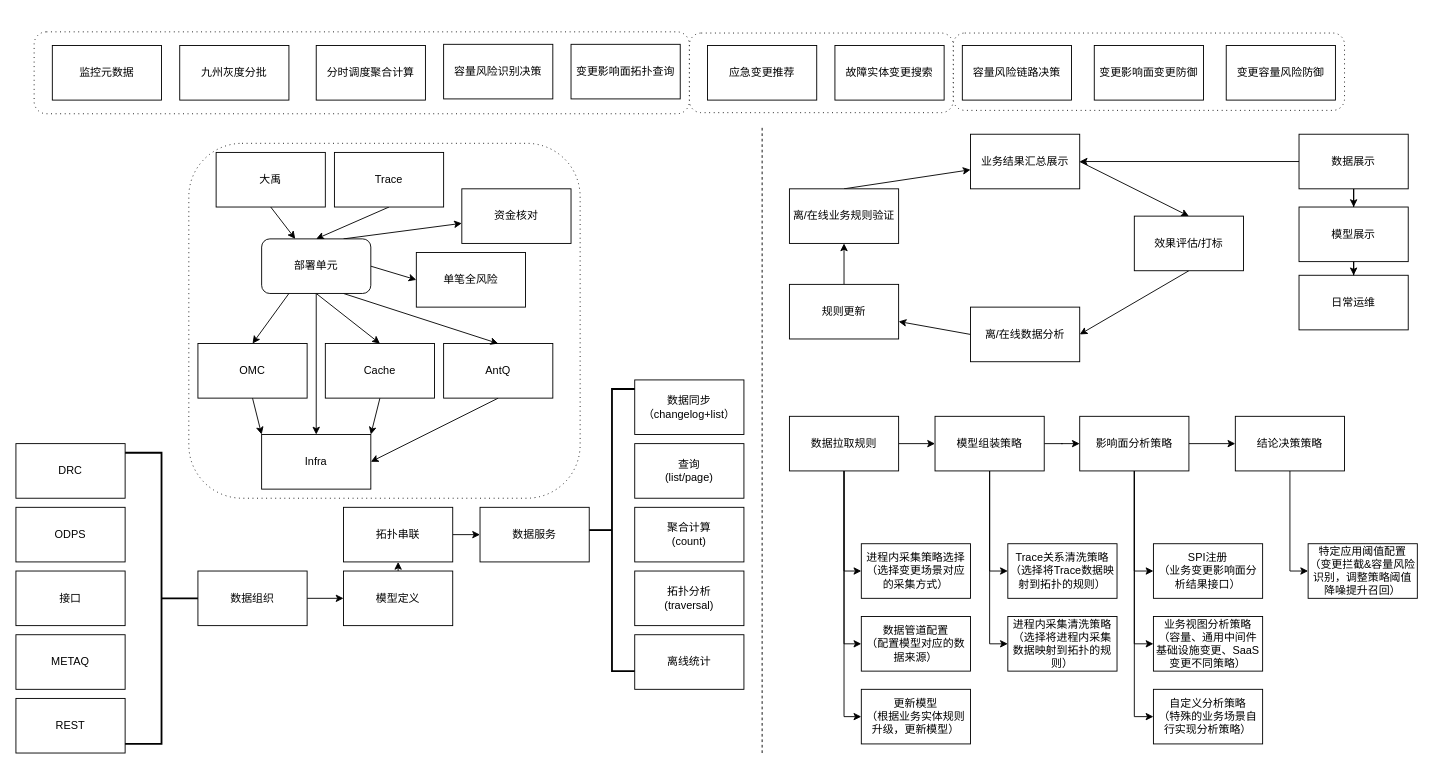
Above: 蚂蚁金服/RMC/高可用基线&RMC共建方案.drawio in frankneu/draw.io (draw.io), before the change. Source tidied: cells renumbered, new cells numbered last; positions are measured from the earlier drawing's top-left corner, leaving out a move shared by most shapes. Both pictures are drawn from the tidied source at 91%, with x=0, y=0 at pixel (15, 32).
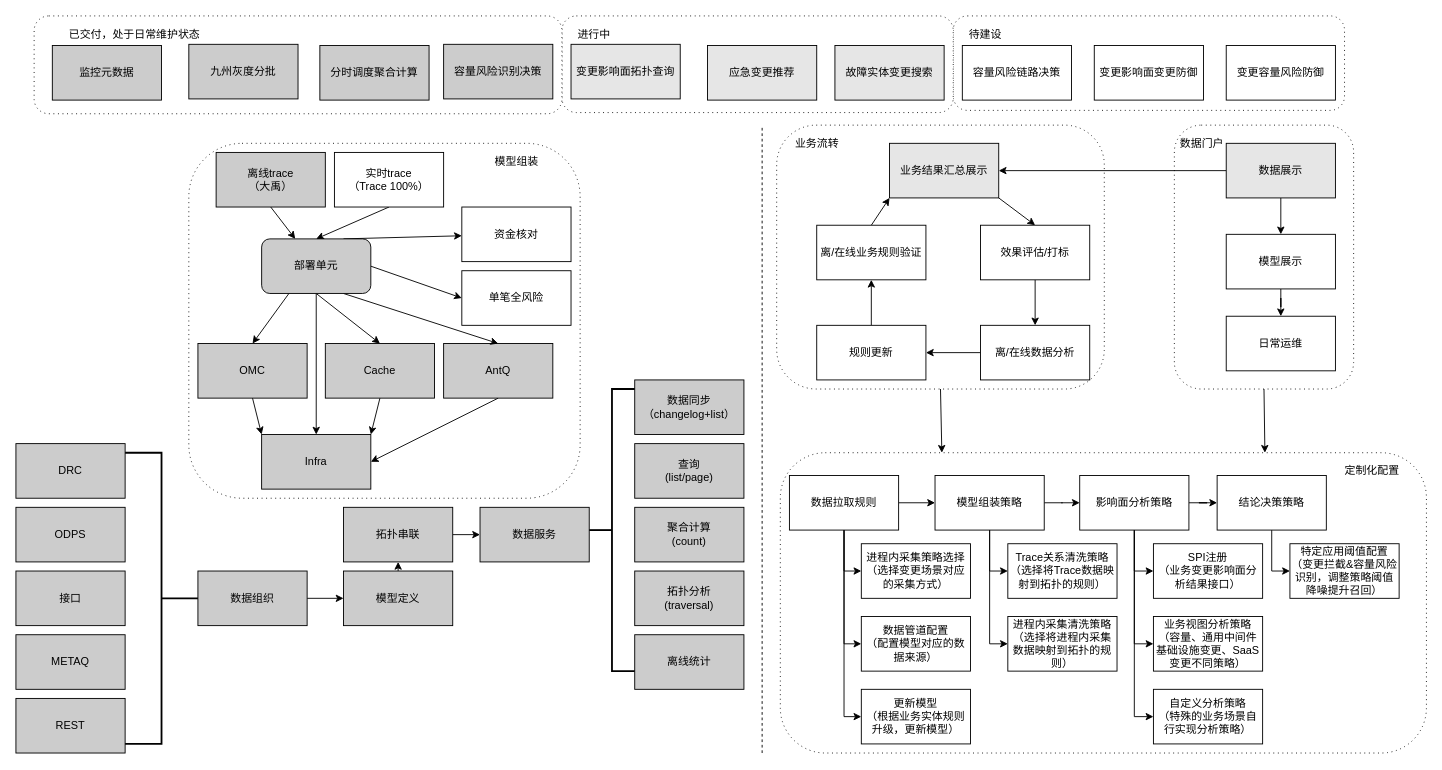
The same diagram, later.

Commit message (it also covers changes not shown here):
Update 高可用基线&RMC共建方案.drawio

The edit, as a diff of the source:
```diff
@@
+    <mxCell id="97" style="rounded=0;jettySize=auto;html=1;exitX=0.5;exitY=1;exitDx=0;exitDy=0;entryX=0.75;entryY=0;entryDx=0;entryDy=0;fillColor=#CCCCCC;" parent="1" edge="1" source="98" target="99">
+      <mxGeometry relative="1" as="geometry" />
+    </mxCell>
+    <mxCell id="98" style="shape=ext;rounded=1;html=1;whiteSpace=wrap;dashed=1;dashPattern=1 4;" parent="1" vertex="1">
+      <mxGeometry x="1273" y="102" width="197" height="290" as="geometry" />
+    </mxCell>
+    <mxCell id="99" style="shape=ext;rounded=1;html=1;whiteSpace=wrap;dashed=1;dashPattern=1 4;" parent="1" vertex="1">
+      <mxGeometry x="840" y="462" width="710" height="330" as="geometry" />
+    </mxCell>
+    <mxCell id="100" style="rounded=0;jettySize=auto;html=1;exitX=0.5;exitY=1;exitDx=0;exitDy=0;entryX=0.25;entryY=0;entryDx=0;entryDy=0;fillColor=#CCCCCC;" parent="1" edge="1" source="101" target="99">
+      <mxGeometry relative="1" as="geometry" />
+    </mxCell>
+    <mxCell id="101" style="shape=ext;rounded=1;html=1;whiteSpace=wrap;dashed=1;dashPattern=1 4;" parent="1" vertex="1">
+      <mxGeometry x="836" y="102" width="360" height="290" as="geometry" />
+    </mxCell>
     <mxCell id="2" style="shape=ext;rounded=1;html=1;whiteSpace=wrap;dashed=1;dashPattern=1 4;" parent="1" vertex="1">
-      <mxGeometry x="1030" y="0.8" width="430" height="85" as="geometry" />
+      <mxGeometry x="1030" y="-18" width="430" height="103.8" as="geometry" />
     </mxCell>
     <mxCell id="3" style="shape=ext;rounded=1;html=1;whiteSpace=wrap;dashed=1;dashPattern=1 4;" parent="1" vertex="1">
-      <mxGeometry x="740" y="0.8" width="290" height="87.5" as="geometry" />
+      <mxGeometry x="600" y="-18" width="430" height="106.2" as="geometry" />
     </mxCell>
     <mxCell id="4" style="shape=ext;rounded=1;html=1;whiteSpace=wrap;dashed=1;dashPattern=1 4;" parent="1" vertex="1">
-      <mxGeometry x="20" y="-0.5" width="720" height="90" as="geometry" />
+      <mxGeometry x="20" y="-18" width="580" height="107.5" as="geometry" />
     </mxCell>
@@
-    <mxCell id="7" value="DRC" style="rounded=0;whiteSpace=wrap;html=1;" parent="1" vertex="1">
+    <mxCell id="7" value="DRC" style="rounded=0;whiteSpace=wrap;html=1;fillColor=#CCCCCC;" parent="1" vertex="1">
       <mxGeometry y="452" width="120" height="60" as="geometry" />
     </mxCell>
-    <mxCell id="8" value="ODPS" style="rounded=0;whiteSpace=wrap;html=1;" parent="1" vertex="1">
+    <mxCell id="8" value="ODPS" style="rounded=0;whiteSpace=wrap;html=1;fillColor=#CCCCCC;" parent="1" vertex="1">
       <mxGeometry y="522" width="120" height="60" as="geometry" />
     </mxCell>
-    <mxCell id="9" value="接口" style="rounded=0;whiteSpace=wrap;html=1;" parent="1" vertex="1">
+    <mxCell id="9" value="接口" style="rounded=0;whiteSpace=wrap;html=1;fillColor=#CCCCCC;" parent="1" vertex="1">
       <mxGeometry y="592" width="120" height="60" as="geometry" />
     </mxCell>
-    <mxCell id="10" value="METAQ" style="rounded=0;whiteSpace=wrap;html=1;" parent="1" vertex="1">
+    <mxCell id="10" value="METAQ" style="rounded=0;whiteSpace=wrap;html=1;fillColor=#CCCCCC;" parent="1" vertex="1">
       <mxGeometry y="662" width="120" height="60" as="geometry" />
     </mxCell>
-    <mxCell id="11" value="REST" style="rounded=0;whiteSpace=wrap;html=1;" parent="1" vertex="1">
+    <mxCell id="11" value="REST" style="rounded=0;whiteSpace=wrap;html=1;fillColor=#CCCCCC;" parent="1" vertex="1">
       <mxGeometry y="732" width="120" height="60" as="geometry" />
     </mxCell>
-    <mxCell id="12" style="edgeStyle=none;rounded=0;jettySize=auto;html=1;exitX=0.5;exitY=0;exitDx=0;exitDy=0;entryX=0.5;entryY=1;entryDx=0;entryDy=0;" parent="1" edge="1" source="13" target="37">
+    <mxCell id="12" style="edgeStyle=none;rounded=0;jettySize=auto;html=1;exitX=0.5;exitY=0;exitDx=0;exitDy=0;entryX=0.5;entryY=1;entryDx=0;entryDy=0;fillColor=#CCCCCC;" parent="1" edge="1" source="13" target="37">
       <mxGeometry relative="1" as="geometry" />
     </mxCell>
-    <mxCell id="13" value="模型定义" style="rounded=0;whiteSpace=wrap;html=1;" parent="1" vertex="1">
+    <mxCell id="13" value="模型定义" style="rounded=0;whiteSpace=wrap;html=1;fillColor=#CCCCCC;" parent="1" vertex="1">
       <mxGeometry x="360" y="592" width="120" height="60" as="geometry" />
     </mxCell>
-    <mxCell id="14" style="rounded=0;jettySize=auto;html=1;exitX=0.5;exitY=1;exitDx=0;exitDy=0;" parent="1" edge="1" source="15" target="33">
+    <mxCell id="14" style="rounded=0;jettySize=auto;html=1;exitX=0.5;exitY=1;exitDx=0;exitDy=0;fillColor=#CCCCCC;" parent="1" edge="1" source="15" target="33">
       <mxGeometry relative="1" as="geometry" />
     </mxCell>
-    <mxCell id="15" value="大禹" style="rounded=0;whiteSpace=wrap;html=1;" parent="1" vertex="1">
+    <mxCell id="15" value="离线trace&lt;br&gt;（大禹）" style="rounded=0;whiteSpace=wrap;html=1;fillColor=#CCCCCC;" parent="1" vertex="1">
       <mxGeometry x="220" y="132" width="120" height="60" as="geometry" />
     </mxCell>
@@
-    <mxCell id="17" value="Trace" style="rounded=0;whiteSpace=wrap;html=1;" parent="1" vertex="1">
+    <mxCell id="17" value="实时trace&lt;br&gt;（Trace 100%）" style="rounded=0;whiteSpace=wrap;html=1;" parent="1" vertex="1">
       <mxGeometry x="350" y="132" width="120" height="60" as="geometry" />
     </mxCell>
     <mxCell id="18" value="资金核对" style="rounded=0;whiteSpace=wrap;html=1;" parent="1" vertex="1">
-      <mxGeometry x="490" y="172" width="120" height="60" as="geometry" />
+      <mxGeometry x="490" y="192" width="120" height="60" as="geometry" />
     </mxCell>
     <mxCell id="19" value="单笔全风险" style="rounded=0;whiteSpace=wrap;html=1;" parent="1" vertex="1">
-      <mxGeometry x="440" y="242" width="120" height="60" as="geometry" />
+      <mxGeometry x="490" y="262" width="120" height="60" as="geometry" />
     </mxCell>
-    <mxCell id="20" style="rounded=0;jettySize=auto;html=1;exitX=0.5;exitY=1;exitDx=0;exitDy=0;entryX=0;entryY=0;entryDx=0;entryDy=0;" parent="1" edge="1" source="21" target="26">
+    <mxCell id="20" style="rounded=0;jettySize=auto;html=1;exitX=0.5;exitY=1;exitDx=0;exitDy=0;entryX=0;entryY=0;entryDx=0;entryDy=0;fillColor=#CCCCCC;" parent="1" edge="1" source="21" target="26">
       <mxGeometry relative="1" as="geometry" />
     </mxCell>
-    <mxCell id="21" value="OMC" style="rounded=0;whiteSpace=wrap;html=1;" parent="1" vertex="1">
+    <mxCell id="21" value="OMC" style="rounded=0;whiteSpace=wrap;html=1;fillColor=#CCCCCC;" parent="1" vertex="1">
       <mxGeometry x="200" y="342" width="120" height="60" as="geometry" />
     </mxCell>
-    <mxCell id="22" style="rounded=0;jettySize=auto;html=1;exitX=0.5;exitY=1;exitDx=0;exitDy=0;entryX=1;entryY=0;entryDx=0;entryDy=0;" parent="1" edge="1" source="23" target="26">
+    <mxCell id="22" style="rounded=0;jettySize=auto;html=1;exitX=0.5;exitY=1;exitDx=0;exitDy=0;entryX=1;entryY=0;entryDx=0;entryDy=0;fillColor=#CCCCCC;" parent="1" edge="1" source="23" target="26">
       <mxGeometry relative="1" as="geometry" />
     </mxCell>
-    <mxCell id="23" value="Cache" style="rounded=0;whiteSpace=wrap;html=1;" parent="1" vertex="1">
+    <mxCell id="23" value="Cache" style="rounded=0;whiteSpace=wrap;html=1;fillColor=#CCCCCC;" parent="1" vertex="1">
       <mxGeometry x="340" y="342" width="120" height="60" as="geometry" />
     </mxCell>
-    <mxCell id="24" style="rounded=0;jettySize=auto;html=1;exitX=0.5;exitY=1;exitDx=0;exitDy=0;entryX=1;entryY=0.5;entryDx=0;entryDy=0;" parent="1" edge="1" source="25" target="26">
+    <mxCell id="24" style="rounded=0;jettySize=auto;html=1;exitX=0.5;exitY=1;exitDx=0;exitDy=0;entryX=1;entryY=0.5;entryDx=0;entryDy=0;fillColor=#CCCCCC;" parent="1" edge="1" source="25" target="26">
       <mxGeometry relative="1" as="geometry" />
     </mxCell>
-    <mxCell id="25" value="AntQ" style="rounded=0;whiteSpace=wrap;html=1;" parent="1" vertex="1">
+    <mxCell id="25" value="AntQ" style="rounded=0;whiteSpace=wrap;html=1;fillColor=#CCCCCC;" parent="1" vertex="1">
       <mxGeometry x="470" y="342" width="120" height="60" as="geometry" />
     </mxCell>
-    <mxCell id="26" value="Infra" style="rounded=0;whiteSpace=wrap;html=1;" parent="1" vertex="1">
+    <mxCell id="26" value="Infra" style="rounded=0;whiteSpace=wrap;html=1;fillColor=#CCCCCC;" parent="1" vertex="1">
       <mxGeometry x="270" y="442" width="120" height="60" as="geometry" />
     </mxCell>
@@
-    <mxCell id="33" value="部署单元" style="rounded=1;whiteSpace=wrap;html=1;" parent="1" vertex="1">
+    <mxCell id="33" value="部署单元" style="rounded=1;whiteSpace=wrap;html=1;fillColor=#CCCCCC;" parent="1" vertex="1">
       <mxGeometry x="270" y="227" width="120" height="60" as="geometry" />
     </mxCell>
-    <mxCell id="34" style="edgeStyle=none;rounded=0;jettySize=auto;html=1;exitX=1;exitY=0.5;exitDx=0;exitDy=0;" parent="1" edge="1" source="35" target="13">
+    <mxCell id="34" style="edgeStyle=none;rounded=0;jettySize=auto;html=1;exitX=1;exitY=0.5;exitDx=0;exitDy=0;fillColor=#CCCCCC;" parent="1" edge="1" source="35" target="13">
       <mxGeometry relative="1" as="geometry" />
     </mxCell>
-    <mxCell id="35" value="数据组织" style="rounded=0;whiteSpace=wrap;html=1;" parent="1" vertex="1">
+    <mxCell id="35" value="数据组织" style="rounded=0;whiteSpace=wrap;html=1;fillColor=#CCCCCC;" parent="1" vertex="1">
       <mxGeometry x="200" y="592" width="120" height="60" as="geometry" />
     </mxCell>
-    <mxCell id="36" style="edgeStyle=none;rounded=0;jettySize=auto;html=1;exitX=1;exitY=0.5;exitDx=0;exitDy=0;entryX=0;entryY=0.5;entryDx=0;entryDy=0;" parent="1" edge="1" source="37" target="38">
+    <mxCell id="36" style="edgeStyle=none;rounded=0;jettySize=auto;html=1;exitX=1;exitY=0.5;exitDx=0;exitDy=0;entryX=0;entryY=0.5;entryDx=0;entryDy=0;fillColor=#CCCCCC;" parent="1" edge="1" source="37" target="38">
       <mxGeometry relative="1" as="geometry" />
     </mxCell>
-    <mxCell id="37" value="拓扑串联" style="rounded=0;whiteSpace=wrap;html=1;" parent="1" vertex="1">
+    <mxCell id="37" value="拓扑串联" style="rounded=0;whiteSpace=wrap;html=1;fillColor=#CCCCCC;" parent="1" vertex="1">
       <mxGeometry x="360" y="522" width="120" height="60" as="geometry" />
     </mxCell>
-    <mxCell id="38" value="数据服务" style="rounded=0;whiteSpace=wrap;html=1;" parent="1" vertex="1">
+    <mxCell id="38" value="数据服务" style="rounded=0;whiteSpace=wrap;html=1;fillColor=#CCCCCC;" parent="1" vertex="1">
       <mxGeometry x="510" y="522" width="120" height="60" as="geometry" />
     </mxCell>
-    <mxCell id="39" value="数据同步&lt;br&gt;（changelog+list）" style="rounded=0;whiteSpace=wrap;html=1;" parent="1" vertex="1">
+    <mxCell id="39" value="数据同步&lt;br&gt;（changelog+list）" style="rounded=0;whiteSpace=wrap;html=1;fillColor=#CCCCCC;" parent="1" vertex="1">
       <mxGeometry x="680" y="382" width="120" height="60" as="geometry" />
     </mxCell>
-    <mxCell id="40" value="查询&lt;br&gt;(list/page)" style="rounded=0;whiteSpace=wrap;html=1;" parent="1" vertex="1">
+    <mxCell id="40" value="查询&lt;br&gt;(list/page)" style="rounded=0;whiteSpace=wrap;html=1;fillColor=#CCCCCC;" parent="1" vertex="1">
       <mxGeometry x="680" y="452" width="120" height="60" as="geometry" />
     </mxCell>
-    <mxCell id="41" value="聚合计算&lt;br&gt;(count)" style="rounded=0;whiteSpace=wrap;html=1;" parent="1" vertex="1">
+    <mxCell id="41" value="聚合计算&lt;br&gt;(count)" style="rounded=0;whiteSpace=wrap;html=1;fillColor=#CCCCCC;" parent="1" vertex="1">
       <mxGeometry x="680" y="522" width="120" height="60" as="geometry" />
     </mxCell>
-    <mxCell id="42" value="离线统计" style="rounded=0;whiteSpace=wrap;html=1;" parent="1" vertex="1">
+    <mxCell id="42" value="离线统计" style="rounded=0;whiteSpace=wrap;html=1;fillColor=#CCCCCC;" parent="1" vertex="1">
       <mxGeometry x="680" y="662" width="120" height="60" as="geometry" />
     </mxCell>
-    <mxCell id="43" value="拓扑分析&lt;br&gt;(traversal)" style="rounded=0;whiteSpace=wrap;html=1;" parent="1" vertex="1">
+    <mxCell id="43" value="拓扑分析&lt;br&gt;(traversal)" style="rounded=0;whiteSpace=wrap;html=1;fillColor=#CCCCCC;" parent="1" vertex="1">
       <mxGeometry x="680" y="592" width="120" height="60" as="geometry" />
     </mxCell>
@@
-    <mxCell id="46" value="应急变更推荐" style="rounded=0;whiteSpace=wrap;html=1;" parent="1" vertex="1">
+    <mxCell id="46" value="应急变更推荐" style="rounded=0;whiteSpace=wrap;html=1;fillColor=#E6E6E6;" parent="1" vertex="1">
       <mxGeometry x="760" y="14.5" width="120" height="60" as="geometry" />
     </mxCell>
@@
-    <mxCell id="48" style="rounded=0;jettySize=auto;html=1;exitX=1;exitY=0.5;exitDx=0;exitDy=0;entryX=0.5;entryY=0;entryDx=0;entryDy=0;" parent="1" edge="1" source="49" target="51">
+    <mxCell id="48" style="rounded=0;jettySize=auto;html=1;exitX=1;exitY=1;exitDx=0;exitDy=0;entryX=0.5;entryY=0;entryDx=0;entryDy=0;fillColor=#E6E6E6;" parent="1" edge="1" source="49" target="51">
       <mxGeometry relative="1" as="geometry" />
     </mxCell>
-    <mxCell id="49" value="业务结果汇总展示" style="rounded=0;whiteSpace=wrap;html=1;" parent="1" vertex="1">
-      <mxGeometry x="1049" y="112" width="120" height="60" as="geometry" />
+    <mxCell id="49" value="业务结果汇总展示" style="rounded=0;whiteSpace=wrap;html=1;fillColor=#E6E6E6;" parent="1" vertex="1">
+      <mxGeometry x="960" y="122" width="120" height="60" as="geometry" />
     </mxCell>
-    <mxCell id="50" style="rounded=0;jettySize=auto;html=1;exitX=0.5;exitY=1;exitDx=0;exitDy=0;entryX=1;entryY=0.5;entryDx=0;entryDy=0;" parent="1" edge="1" source="51" target="53">
+    <mxCell id="50" style="rounded=0;jettySize=auto;html=1;exitX=0.5;exitY=1;exitDx=0;exitDy=0;entryX=0.5;entryY=0;entryDx=0;entryDy=0;" parent="1" edge="1" source="51" target="53">
       <mxGeometry relative="1" as="geometry" />
     </mxCell>
     <mxCell id="51" value="效果评估/打标" style="rounded=0;whiteSpace=wrap;html=1;" parent="1" vertex="1">
-      <mxGeometry x="1229" y="202" width="120" height="60" as="geometry" />
+      <mxGeometry x="1060" y="212" width="120" height="60" as="geometry" />
     </mxCell>
@@
     <mxCell id="53" value="离/在线数据分析" style="rounded=0;whiteSpace=wrap;html=1;" parent="1" vertex="1">
-      <mxGeometry x="1049" y="302" width="120" height="60" as="geometry" />
+      <mxGeometry x="1060" y="322" width="120" height="60" as="geometry" />
     </mxCell>
@@
     <mxCell id="55" value="规则更新" style="rounded=0;whiteSpace=wrap;html=1;" parent="1" vertex="1">
-      <mxGeometry x="850" y="277" width="120" height="60" as="geometry" />
+      <mxGeometry x="880" y="322" width="120" height="60" as="geometry" />
     </mxCell>
@@
     <mxCell id="60" value="数据拉取规则" style="rounded=0;whiteSpace=wrap;html=1;" parent="1" vertex="1">
-      <mxGeometry x="850" y="422" width="120" height="60" as="geometry" />
+      <mxGeometry x="850" y="487" width="120" height="60" as="geometry" />
     </mxCell>
-    <mxCell id="61" style="rounded=0;jettySize=auto;html=1;exitX=0.5;exitY=0;exitDx=0;exitDy=0;" parent="1" edge="1" source="62" target="49">
+    <mxCell id="61" style="rounded=0;jettySize=auto;html=1;exitX=0.5;exitY=0;exitDx=0;exitDy=0;entryX=0;entryY=1;entryDx=0;entryDy=0;fillColor=#E6E6E6;" parent="1" edge="1" source="62" target="49">
       <mxGeometry relative="1" as="geometry" />
     </mxCell>
     <mxCell id="62" value="&lt;span&gt;离/在线业务规则验证&lt;/span&gt;" style="rounded=0;whiteSpace=wrap;html=1;" parent="1" vertex="1">
-      <mxGeometry x="850" y="172" width="120" height="60" as="geometry" />
+      <mxGeometry x="880" y="212" width="120" height="60" as="geometry" />
     </mxCell>
@@
     <mxCell id="66" value="模型组装策略" style="rounded=0;whiteSpace=wrap;html=1;" parent="1" vertex="1">
-      <mxGeometry x="1010" y="422" width="120" height="60" as="geometry" />
+      <mxGeometry x="1010" y="487" width="120" height="60" as="geometry" />
     </mxCell>
@@
     <mxCell id="71" value="影响面分析策略" style="rounded=0;whiteSpace=wrap;html=1;" parent="1" vertex="1">
-      <mxGeometry x="1169" y="422" width="120" height="60" as="geometry" />
+      <mxGeometry x="1169" y="487" width="120" height="60" as="geometry" />
     </mxCell>
@@
     <mxCell id="73" value="结论决策策略" style="rounded=0;whiteSpace=wrap;html=1;" parent="1" vertex="1">
-      <mxGeometry x="1340" y="422" width="120" height="60" as="geometry" />
+      <mxGeometry x="1320" y="487" width="120" height="60" as="geometry" />
     </mxCell>
-    <mxCell id="74" style="strokeWidth=2;html=1;shape=mxgraph.flowchart.annotation_2;align=left;labelPosition=right;" parent="1" vertex="1">
+    <mxCell id="74" style="strokeWidth=2;html=1;shape=mxgraph.flowchart.annotation_2;align=left;labelPosition=right;fillColor=#CCCCCC;" parent="1" vertex="1">
       <mxGeometry x="630" y="392" width="50" height="310" as="geometry" />
     </mxCell>
@@
     <mxCell id="83" value="特定应用阈值配置&lt;br&gt;（变更拦截&amp;amp;容量风险识别，调整策略阈值降噪提升召回）" style="rounded=0;whiteSpace=wrap;html=1;" parent="1" vertex="1">
-      <mxGeometry x="1420" y="562" width="120" height="60" as="geometry" />
+      <mxGeometry x="1400" y="562" width="120" height="60" as="geometry" />
     </mxCell>
@@
-    <mxCell id="85" value="故障实体变更搜索" style="rounded=0;whiteSpace=wrap;html=1;" parent="1" vertex="1">
+    <mxCell id="85" value="故障实体变更搜索" style="rounded=0;whiteSpace=wrap;html=1;fillColor=#E6E6E6;" parent="1" vertex="1">
       <mxGeometry x="900" y="14.5" width="120" height="60" as="geometry" />
     </mxCell>
@@
-    <mxCell id="87" style="edgeStyle=orthogonalEdgeStyle;rounded=0;jettySize=auto;html=1;exitX=0;exitY=0.5;exitDx=0;exitDy=0;entryX=1;entryY=0.5;entryDx=0;entryDy=0;" parent="1" edge="1" source="88" target="49">
+    <mxCell id="87" style="edgeStyle=orthogonalEdgeStyle;rounded=0;jettySize=auto;html=1;entryX=1;entryY=0.5;entryDx=0;entryDy=0;exitX=0;exitY=0.5;exitDx=0;exitDy=0;fillColor=#E6E6E6;" parent="1" edge="1" source="88" target="49">
       <mxGeometry relative="1" as="geometry" />
     </mxCell>
-    <mxCell id="88" value="数据展示" style="rounded=0;whiteSpace=wrap;html=1;" parent="1" vertex="1">
-      <mxGeometry x="1410" y="112" width="120" height="60" as="geometry" />
+    <mxCell id="88" value="数据展示" style="rounded=0;whiteSpace=wrap;html=1;fillColor=#E6E6E6;" parent="1" vertex="1">
+      <mxGeometry x="1330" y="122" width="120" height="60" as="geometry" />
     </mxCell>
@@
     <mxCell id="90" value="模型展示" style="rounded=0;whiteSpace=wrap;html=1;" parent="1" vertex="1">
-      <mxGeometry x="1410" y="192" width="120" height="60" as="geometry" />
+      <mxGeometry x="1330" y="222" width="120" height="60" as="geometry" />
     </mxCell>
     <mxCell id="91" value="日常运维" style="rounded=0;whiteSpace=wrap;html=1;" parent="1" vertex="1">
-      <mxGeometry x="1410" y="267" width="120" height="60" as="geometry" />
+      <mxGeometry x="1330" y="312" width="120" height="60" as="geometry" />
     </mxCell>
-    <mxCell id="92" value="监控元数据" style="rounded=0;whiteSpace=wrap;html=1;" parent="1" vertex="1">
+    <mxCell id="92" value="监控元数据" style="rounded=0;whiteSpace=wrap;html=1;fillColor=#CCCCCC;" parent="1" vertex="1">
       <mxGeometry x="40" y="14.5" width="120" height="60" as="geometry" />
     </mxCell>
-    <mxCell id="93" value="九州灰度分批" style="rounded=0;whiteSpace=wrap;html=1;" parent="1" vertex="1">
-      <mxGeometry x="180" y="14.5" width="120" height="60" as="geometry" />
+    <mxCell id="93" value="九州灰度分批" style="rounded=0;whiteSpace=wrap;html=1;fillColor=#CCCCCC;" parent="1" vertex="1">
+      <mxGeometry x="190" y="13.2" width="120" height="60" as="geometry" />
     </mxCell>
-    <mxCell id="94" value="分时调度聚合计算" style="rounded=0;whiteSpace=wrap;html=1;" parent="1" vertex="1">
-      <mxGeometry x="330" y="14.5" width="120" height="60" as="geometry" />
+    <mxCell id="94" value="分时调度聚合计算" style="rounded=0;whiteSpace=wrap;html=1;fillColor=#CCCCCC;" parent="1" vertex="1">
+      <mxGeometry x="334" y="14.5" width="120" height="60" as="geometry" />
     </mxCell>
-    <mxCell id="95" value="容量风险识别决策" style="rounded=0;whiteSpace=wrap;html=1;" parent="1" vertex="1">
+    <mxCell id="95" value="容量风险识别决策" style="rounded=0;whiteSpace=wrap;html=1;fillColor=#CCCCCC;" parent="1" vertex="1">
       <mxGeometry x="470" y="13.2" width="120" height="60" as="geometry" />
     </mxCell>
-    <mxCell id="96" value="变更影响面拓扑查询" style="rounded=0;whiteSpace=wrap;html=1;" parent="1" vertex="1">
+    <mxCell id="96" value="变更影响面拓扑查询" style="rounded=0;whiteSpace=wrap;html=1;fillColor=#E6E6E6;" parent="1" vertex="1">
       <mxGeometry x="610" y="13.2" width="120" height="60" as="geometry" />
     </mxCell>
+    <mxCell id="102" value="已交付，处于日常维护状态" style="text;html=1;align=center;verticalAlign=middle;" parent="1" vertex="1">
+      <mxGeometry x="50" y="-6.8" width="160" height="20" as="geometry" />
+    </mxCell>
+    <mxCell id="103" value="进行中" style="text;html=1;align=center;verticalAlign=middle;" parent="1" vertex="1">
+      <mxGeometry x="610" y="-6.8" width="50" height="20" as="geometry" />
+    </mxCell>
+    <mxCell id="104" value="待建设" style="text;html=1;align=center;verticalAlign=middle;" parent="1" vertex="1">
+      <mxGeometry x="1040" y="-6.8" width="50" height="20" as="geometry" />
+    </mxCell>
+    <mxCell id="105" value="模型组装" style="text;html=1;align=center;verticalAlign=middle;" parent="1" vertex="1">
+      <mxGeometry x="520" y="132" width="60" height="20" as="geometry" />
+    </mxCell>
+    <mxCell id="106" value="数据门户" style="text;html=1;align=center;verticalAlign=middle;fillColor=none;" parent="1" vertex="1">
+      <mxGeometry x="1273" y="112" width="60" height="20" as="geometry" />
+    </mxCell>
+    <mxCell id="107" value="业务流转" style="text;html=1;align=center;verticalAlign=middle;" parent="1" vertex="1">
+      <mxGeometry x="850" y="112" width="60" height="20" as="geometry" />
+    </mxCell>
+    <mxCell id="108" value="定制化配置" style="text;html=1;align=center;verticalAlign=middle;" parent="1" vertex="1">
+      <mxGeometry x="1450" y="472" width="80" height="20" as="geometry" />
+    </mxCell>
```
